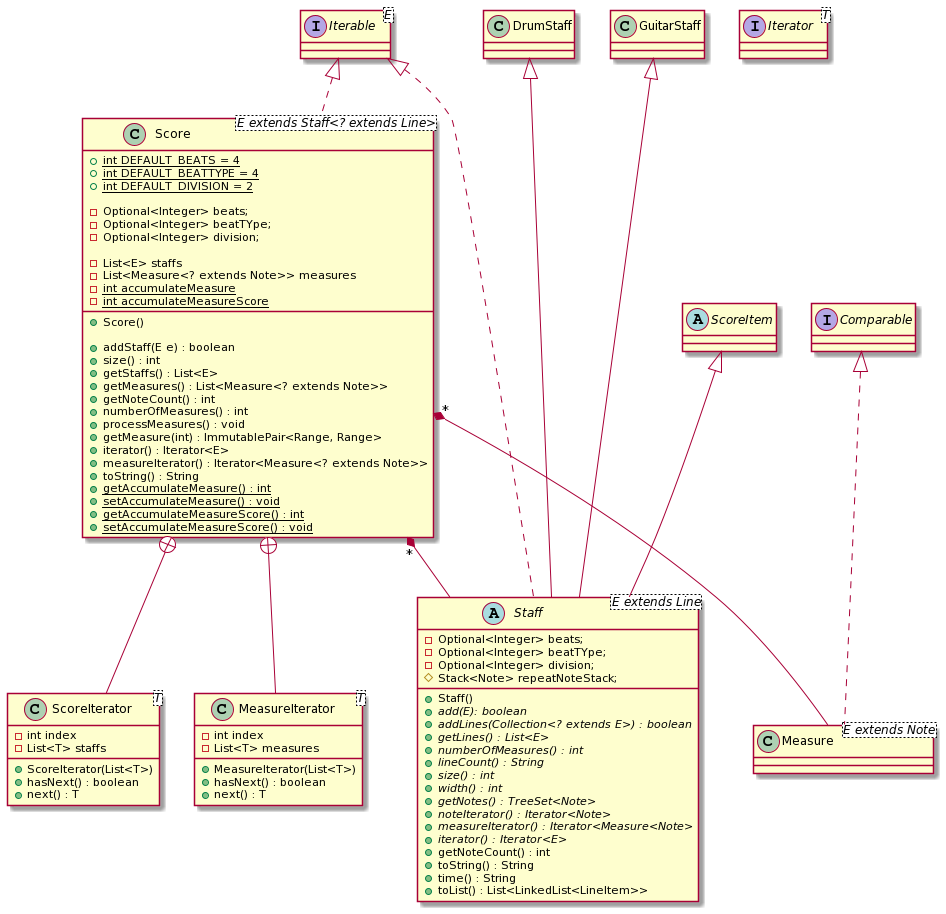
ahopk127/eecs2311-tab2xml keeps this PlantUML diagram as Documentation/Diagrams/backend-score-diagram.png. Above is the earlier version.
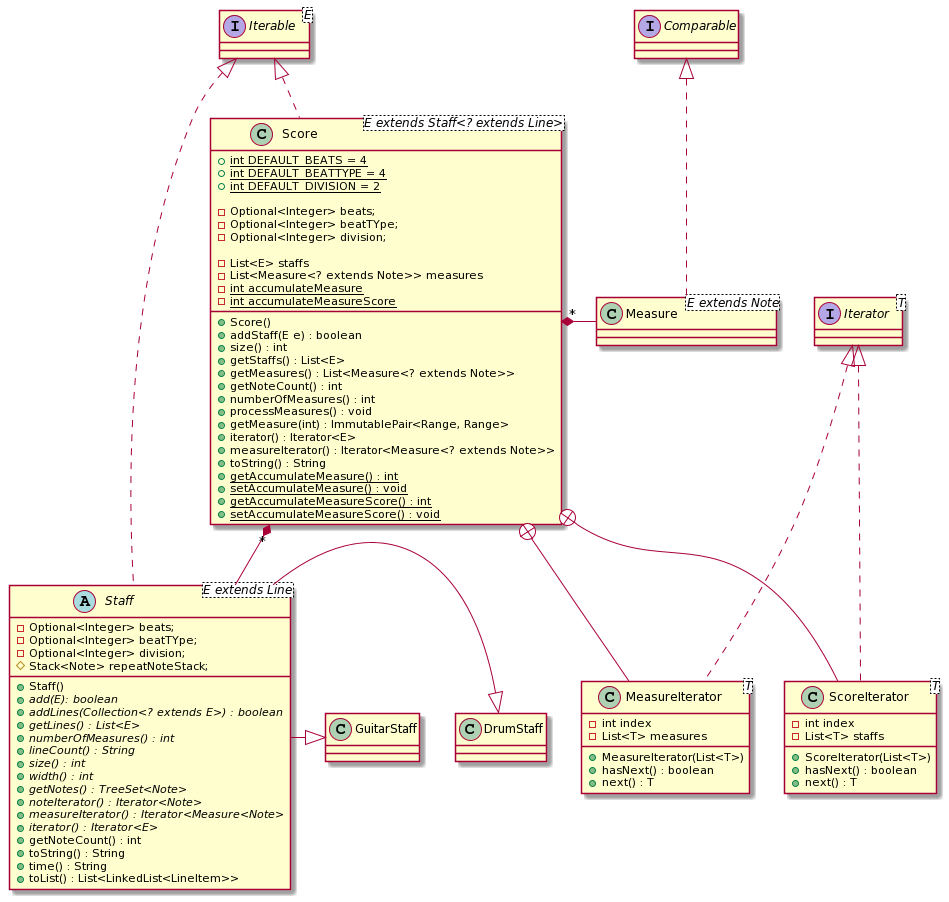
Above is the later version.

Commit message:
backend diagram update

Change to the diagram source:
```diff
@@ -14,7 +14,6 @@
   -{static} int accumulateMeasureScore
 
   +Score()
-
   +addStaff(E e) : boolean
   +size() : int
   +getStaffs() : List<E>
@@ -52,9 +51,10 @@
 
 interface Iterator<T> {}
 interface Iterable<E> {}
-abstract class ScoreItem{}
+class ScoreIterator {}
+class MeasureIterator {}
 
-abstract class Staff<E extends Line> extends ScoreItem implements Iterable{
+abstract class Staff<E extends Line> implements Iterable{
   -Optional<Integer> beats;
   -Optional<Integer> beatTYpe;
   -Optional<Integer> division;
@@ -82,8 +82,10 @@
 
 Score +-- ScoreIterator
 Score +-- MeasureIterator
-Score "*" *-- Measure
+Score "*" *-left- Measure
 Score "*" *-- Staff
-GuitarStaff <|--- Staff
-DrumStaff <|--- Staff
+Iterator <|-[dashed]- ScoreIterator
+Iterator <|-[dashed]- MeasureIterator
+GuitarStaff <|-left- Staff
+DrumStaff <|-left- Staff
 @enduml
```
